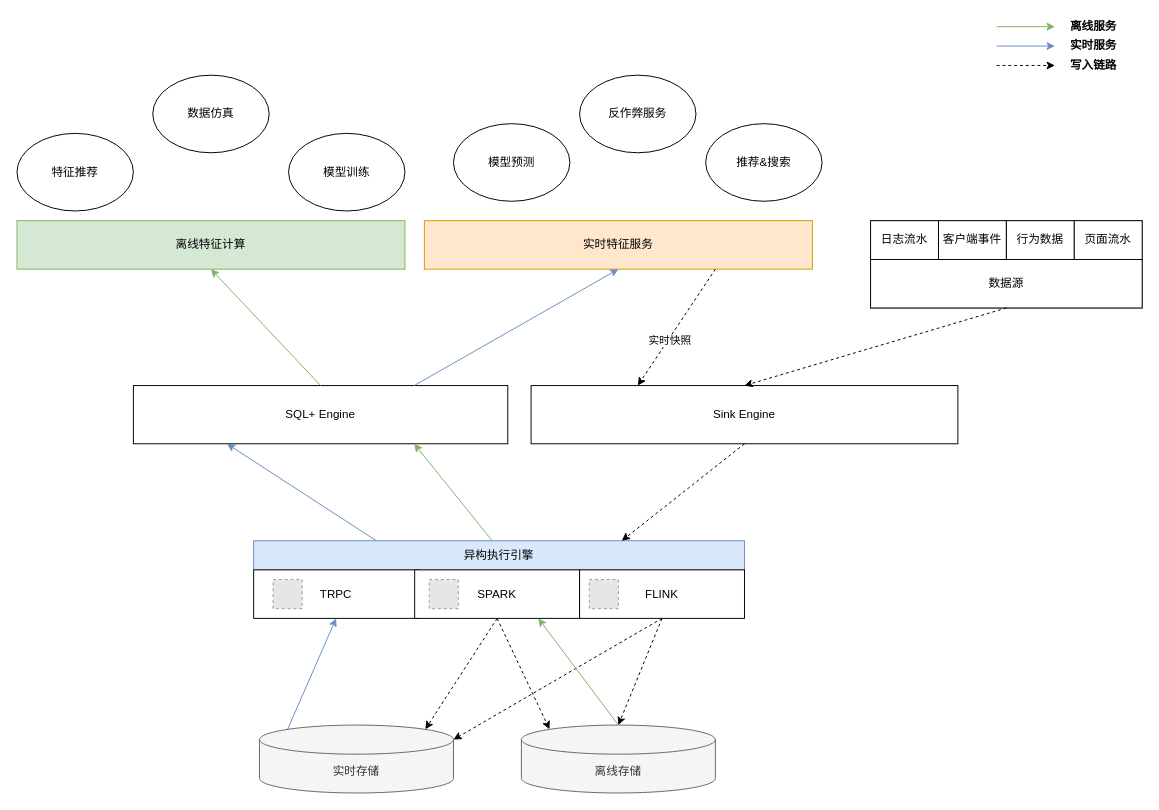
This is feature-dataflow.drawio from learn2Pro/draw_io_save, a draw.io file, before an edit. Source tidied: cells renumbered, new cells numbered last; positions are measured from the earlier drawing's top-left corner, leaving out a move shared by most shapes. Both pictures are drawn from the tidied source at 97%, with x=0, y=0 at pixel (16, 16). Pictures stored in the file or linked from it are replaced by grey dashed boxes.
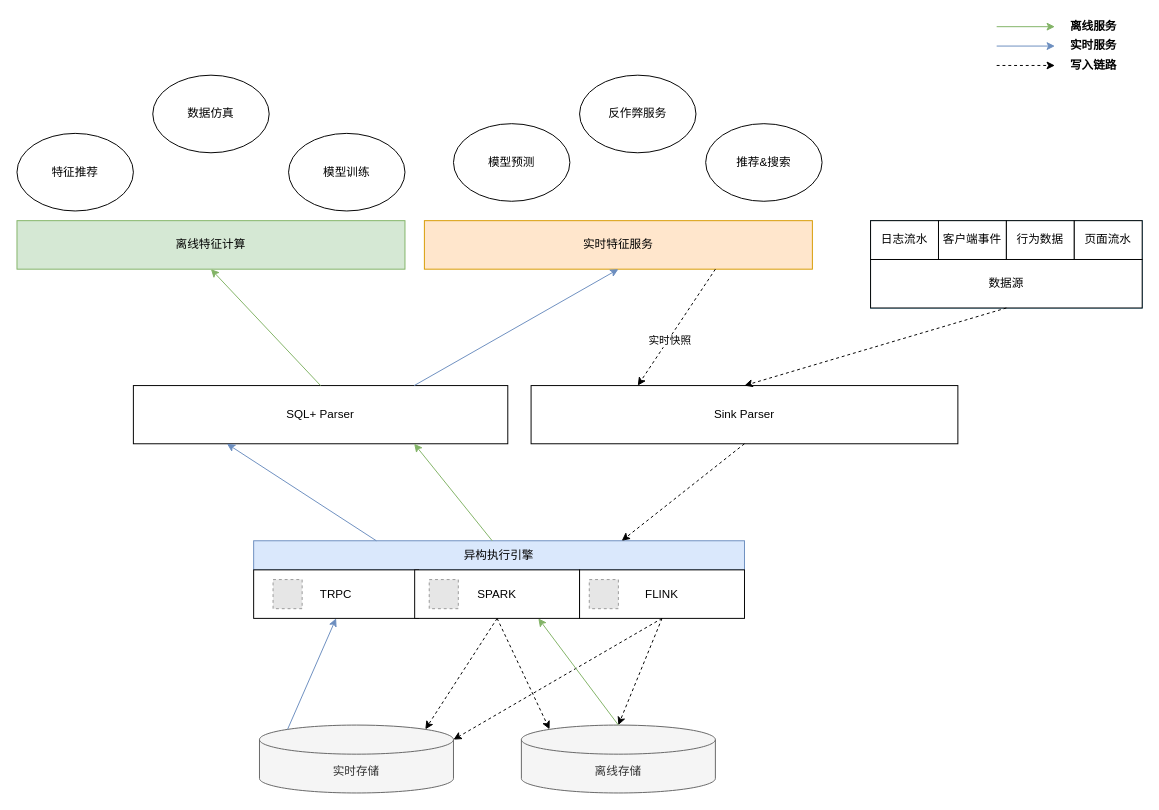
The same diagram, later.

What changed in the source:
```diff
@@
-    <mxCell id="7" value="SQL+ Engine" style="rounded=0;whiteSpace=wrap;html=1;" parent="1" vertex="1">
+    <mxCell id="7" value="SQL+ Parser" style="rounded=0;whiteSpace=wrap;html=1;" parent="1" vertex="1">
       <mxGeometry x="120" y="380" width="386" height="60" as="geometry" />
     </mxCell>
@@
-    <mxCell id="14" value="Sink Engine" style="rounded=0;whiteSpace=wrap;html=1;" parent="1" vertex="1">
+    <mxCell id="14" value="Sink Parser" style="rounded=0;whiteSpace=wrap;html=1;" parent="1" vertex="1">
       <mxGeometry x="530" y="380" width="440" height="60" as="geometry" />
     </mxCell>
```
